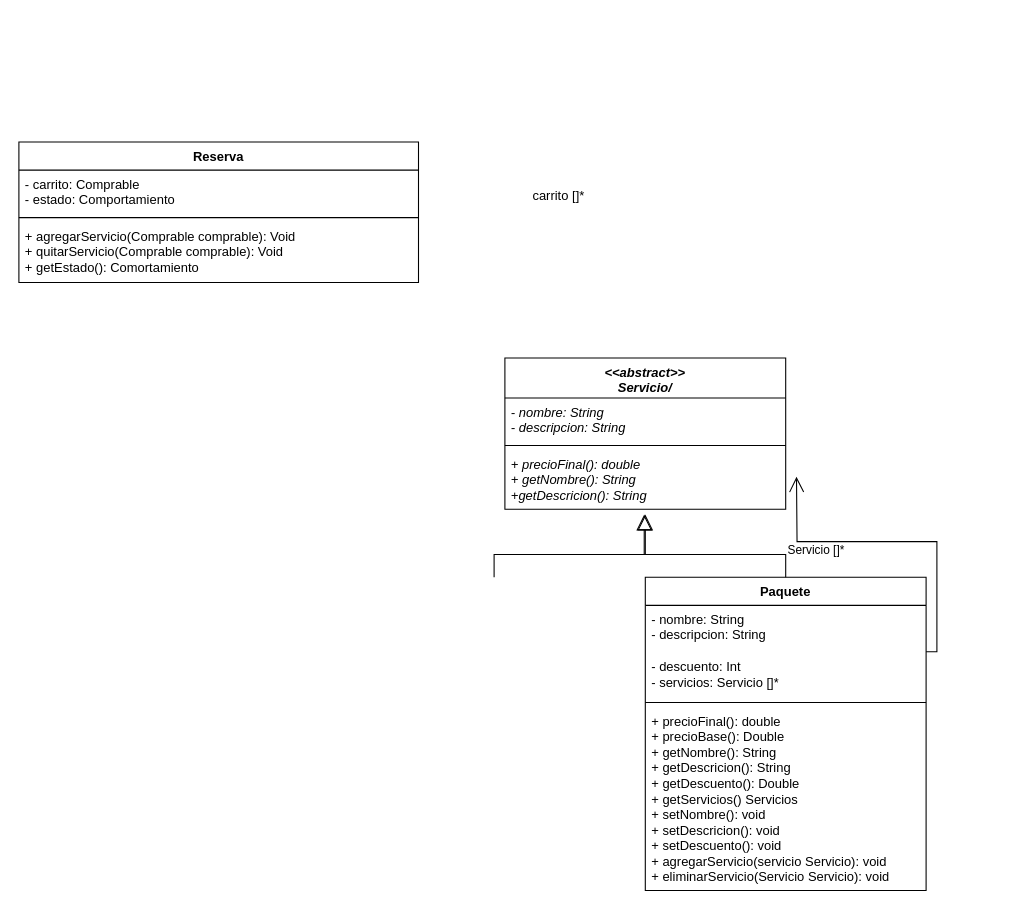
Earlier version of the draw.io diagram 2.1CatálogoDeServicioPaquetes.drawio (Naxayy/UNQ_Travel). Source tidied: cells renumbered, new cells numbered last; positions are measured from the earlier drawing's top-left corner, leaving out a move shared by most shapes. Both pictures are drawn from the tidied source at 108%, with x=0, y=0 at pixel (18, 141).
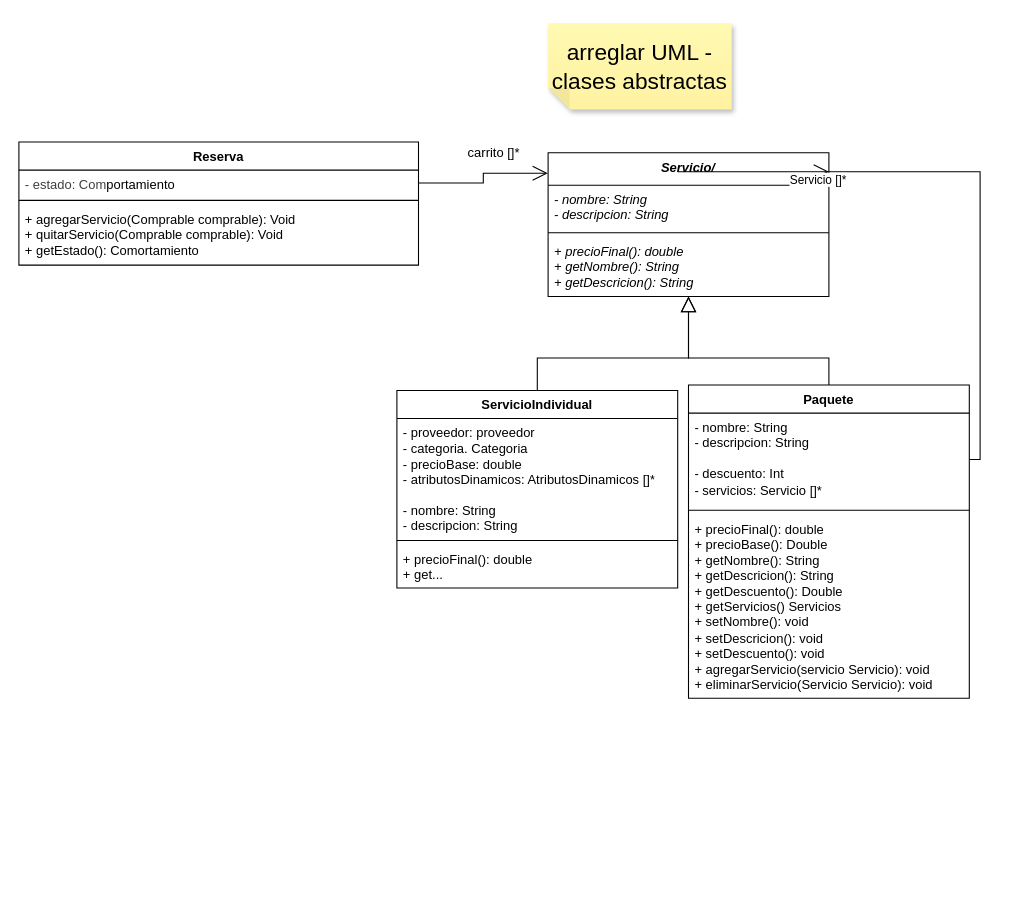
Above is the later version.

The change refers to these unchanged cells:
```xml
<mxCell id="12" value="&lt;div&gt;&lt;div&gt;&lt;span style=&quot;background-color: transparent; color: light-dark(#000000, var(--ge-light-color, #ffffff));&quot;&gt;- nombre: String&lt;/span&gt;&lt;/div&gt;&lt;div&gt;&lt;div&gt;- descripcion: String&lt;/div&gt;&lt;/div&gt;&lt;/div&gt;&lt;div&gt;&lt;br&gt;&lt;/div&gt;&lt;div&gt;- descuento: Int&lt;/div&gt;&lt;div&gt;&lt;span style=&quot;text-align: center; white-space: nowrap; background-color: rgb(255, 255, 255);&quot;&gt;&lt;font style=&quot;font-size: 12px;&quot;&gt;- servicios: Servicio []*&lt;/font&gt;&lt;/span&gt;&lt;/div&gt;" style="text;strokeColor=none;fillColor=none;align=left;verticalAlign=top;spacingLeft=4;spacingRight=4;overflow=hidden;points=[[0,0.5],[1,0.5]];portConstraint=eastwest;whiteSpace=wrap;html=1;" parent="11" vertex="1">
  <mxGeometry y="26" width="260" height="86" as="geometry" />
</mxCell>
```

The edit, as a diff of the source:
```diff
@@
     <mxCell id="2" value="Reserva" style="swimlane;fontStyle=1;align=center;verticalAlign=top;horizontal=1;startSize=26;whiteSpace=wrap;html=1;" parent="1" vertex="1">
-      <mxGeometry width="370" height="130" as="geometry" />
+      <mxGeometry width="370" height="114" as="geometry" />
     </mxCell>
-    <mxCell id="3" value="&lt;div style=&quot;&quot;&gt;&lt;span style=&quot;background-color: transparent; color: light-dark(#000000, var(--ge-light-color, #ffffff)); text-align: center;&quot;&gt;- carrito: Com&lt;/span&gt;&lt;span style=&quot;background-color: transparent; color: light-dark(#000000, var(--ge-light-color, #ffffff)); text-align: center;&quot;&gt;p&lt;/span&gt;&lt;span style=&quot;background-color: transparent; color: light-dark(#000000, var(--ge-light-color, #ffffff)); text-align: center;&quot;&gt;rable&lt;/span&gt;&lt;/div&gt;&lt;div style=&quot;&quot;&gt;- estado: Com&lt;span style=&quot;text-align: center; background-color: transparent; color: light-dark(#000000, var(--ge-light-color, #ffffff));&quot;&gt;portamiento&lt;/span&gt;&lt;/div&gt;&lt;div style=&quot;&quot;&gt;&lt;br&gt;&lt;/div&gt;" style="text;strokeColor=none;fillColor=none;align=left;verticalAlign=top;spacingLeft=4;spacingRight=4;overflow=hidden;points=[[0,0.5],[1,0.5]];portConstraint=eastwest;whiteSpace=wrap;html=1;" parent="2" vertex="1">
-      <mxGeometry y="26" width="370" height="40" as="geometry" />
+    <mxCell id="3" value="&lt;div style=&quot;&quot;&gt;&lt;span style=&quot;color: rgb(63, 63, 63); background-color: transparent;&quot;&gt;- estado: Com&lt;/span&gt;&lt;span style=&quot;background-color: transparent; text-align: center;&quot;&gt;portamiento&lt;/span&gt;&lt;/div&gt;" style="text;strokeColor=none;fillColor=none;align=left;verticalAlign=top;spacingLeft=4;spacingRight=4;overflow=hidden;points=[[0,0.5],[1,0.5]];portConstraint=eastwest;whiteSpace=wrap;html=1;" parent="2" vertex="1">
+      <mxGeometry y="26" width="370" height="24" as="geometry" />
     </mxCell>
     <mxCell id="4" style="line;strokeWidth=1;fillColor=none;align=left;verticalAlign=middle;spacingTop=-1;spacingLeft=3;spacingRight=3;labelPosition=right;strokeColor=inherit;" parent="2" vertex="1">
-      <mxGeometry y="66" width="370" height="8" as="geometry" />
+      <mxGeometry y="50" width="370" height="8" as="geometry" />
     </mxCell>
     <mxCell id="5" value="&lt;div&gt;+&amp;nbsp;&lt;span style=&quot;background-color: transparent; color: light-dark(#000000, var(--ge-light-color, #ffffff));&quot;&gt;agregarServicio(Comprable comprable): Void&lt;/span&gt;&lt;/div&gt;&lt;div&gt;+ quitarServicio(Comprable comprable): Void&lt;/div&gt;&lt;div&gt;+ getEstado(): Comortamiento&lt;/div&gt;" style="text;strokeColor=none;fillColor=none;align=left;verticalAlign=top;spacingLeft=4;spacingRight=4;overflow=hidden;whiteSpace=wrap;html=1;" parent="2" vertex="1">
-      <mxGeometry y="74" width="370" height="56" as="geometry" />
+      <mxGeometry y="58" width="370" height="56" as="geometry" />
     </mxCell>
     <mxCell id="6" value="carrito []*" style="text;html=1;whiteSpace=wrap;strokeColor=none;fillColor=none;align=center;verticalAlign=middle;rounded=0;" parent="1" vertex="1">
-      <mxGeometry x="430" y="30" width="140" height="40" as="geometry" />
+      <mxGeometry x="370" y="-10" width="140" height="40" as="geometry" />
     </mxCell>
-    <mxCell id="7" value="&lt;i&gt;&amp;lt;&amp;lt;&lt;span style=&quot;font-size: 12px;&quot;&gt;abstract&lt;/span&gt;&amp;gt;&amp;gt;&lt;br&gt;Servicio/&lt;/i&gt;" style="swimlane;fontStyle=1;align=center;verticalAlign=top;horizontal=1;startSize=37;whiteSpace=wrap;html=1;" parent="1" vertex="1">
-      <mxGeometry x="450" y="200" width="260" height="140" as="geometry" />
+    <mxCell id="7" value="&lt;i&gt;Servicio/&lt;/i&gt;" style="swimlane;fontStyle=1;align=center;verticalAlign=top;horizontal=1;startSize=30;whiteSpace=wrap;html=1;" parent="1" vertex="1">
+      <mxGeometry x="490" y="10" width="260" height="133" as="geometry" />
     </mxCell>
     <mxCell id="8" value="&lt;div&gt;&lt;i&gt;- nombre: String&lt;/i&gt;&lt;div&gt;&lt;i&gt;- descripcion: String&lt;/i&gt;&lt;/div&gt;&lt;/div&gt;" style="text;strokeColor=none;fillColor=none;align=left;verticalAlign=top;spacingLeft=4;spacingRight=4;overflow=hidden;whiteSpace=wrap;html=1;" parent="7" vertex="1">
-      <mxGeometry y="37" width="260" height="40" as="geometry" />
+      <mxGeometry y="30" width="260" height="40" as="geometry" />
     </mxCell>
     <mxCell id="9" style="line;strokeWidth=1;fillColor=none;align=left;verticalAlign=middle;spacingTop=-1;spacingLeft=3;spacingRight=3;labelPosition=right;strokeColor=inherit;" parent="7" vertex="1">
-      <mxGeometry y="77" width="260" height="8" as="geometry" />
+      <mxGeometry y="70" width="260" height="8" as="geometry" />
     </mxCell>
-    <mxCell id="10" value="&lt;div&gt;&lt;i style=&quot;background-color: transparent; color: light-dark(rgb(0, 0, 0), rgb(255, 255, 255));&quot;&gt;+ precioFinal(): double&lt;/i&gt;&lt;/div&gt;&lt;div&gt;&lt;i&gt;+ getNombre(): String&amp;nbsp;&lt;br&gt;+getDescricion(): String&lt;/i&gt;&lt;/div&gt;" style="text;strokeColor=none;fillColor=none;align=left;verticalAlign=top;spacingLeft=4;spacingRight=4;overflow=hidden;whiteSpace=wrap;html=1;" parent="7" vertex="1">
-      <mxGeometry y="85" width="260" height="55" as="geometry" />
+    <mxCell id="10" value="&lt;div&gt;&lt;i style=&quot;background-color: transparent; color: light-dark(rgb(0, 0, 0), rgb(255, 255, 255));&quot;&gt;+ precioFinal(): double&lt;/i&gt;&lt;/div&gt;&lt;div&gt;&lt;i&gt;+ getNombre(): String&amp;nbsp;&lt;br&gt;+ getDescricion(): String&lt;/i&gt;&lt;/div&gt;" style="text;strokeColor=none;fillColor=none;align=left;verticalAlign=top;spacingLeft=4;spacingRight=4;overflow=hidden;whiteSpace=wrap;html=1;" parent="7" vertex="1">
+      <mxGeometry y="78" width="260" height="55" as="geometry" />
     </mxCell>
     <mxCell id="11" value="Paquete" style="swimlane;fontStyle=1;align=center;verticalAlign=top;horizontal=1;startSize=26;whiteSpace=wrap;html=1;" parent="1" vertex="1">
-      <mxGeometry x="580" y="403" width="260" height="290" as="geometry" />
+      <mxGeometry x="620" y="225" width="260" height="290" as="geometry" />
     </mxCell>
@@
-    <mxCell id="15" style="endArrow=block;endFill=0;endSize=12;html=1;rounded=0;exitX=0.5;exitY=0;exitDx=0;exitDy=0;edgeStyle=orthogonalEdgeStyle;entryX=0.459;entryY=1.004;entryDx=0;entryDy=0;entryPerimeter=0;" parent="1" edge="1" source="11">
-      <mxGeometry x="-0.06" relative="1" as="geometry">
-        <mxPoint x="579" y="345" as="targetPoint" />
+    <mxCell id="15" style="endArrow=block;endFill=0;endSize=12;html=1;rounded=0;exitX=0.5;exitY=0;exitDx=0;exitDy=0;edgeStyle=orthogonalEdgeStyle;entryX=0.5;entryY=1;entryDx=0;entryDy=0;" parent="1" edge="1" source="11" target="7">
+      <mxGeometry x="-0.27" relative="1" as="geometry">
         <Array as="points">
-          <mxPoint x="710" y="382" />
-          <mxPoint x="579.3" y="382" />
+          <mxPoint x="750" y="200" />
+          <mxPoint x="620" y="200" />
         </Array>
       </mxGeometry>
     </mxCell>
-    <mxCell id="16" style="endArrow=open;endFill=1;endSize=12;html=1;rounded=0;exitX=1;exitY=0.5;exitDx=0;exitDy=0;entryX=1;entryY=0.75;entryDx=0;entryDy=0;edgeStyle=orthogonalEdgeStyle;" parent="1" edge="1" source="12">
-      <mxGeometry x="-0.05" relative="1" as="geometry">
-        <mxPoint x="720" y="310" as="targetPoint" />
-      </mxGeometry>
+    <mxCell id="16" style="endArrow=open;endFill=1;endSize=12;html=1;rounded=0;exitX=1;exitY=0.5;exitDx=0;exitDy=0;edgeStyle=orthogonalEdgeStyle;entryX=1;entryY=0.132;entryDx=0;entryDy=0;entryPerimeter=0;" parent="1" edge="1" source="12" target="7">
+      <mxGeometry x="0.26" relative="1" as="geometry" />
     </mxCell>
     <mxCell id="17" value="Servicio []*" style="edgeLabel;html=1;align=center;verticalAlign=middle;" parent="16" vertex="1">
       <mxGeometry x="0.07" y="-4" relative="1" as="geometry">
-        <mxPoint x="-64" y="11" as="offset" />
+        <mxPoint x="-54" y="11" as="offset" />
       </mxGeometry>
     </mxCell>
-    <mxCell id="18" style="endArrow=block;endFill=0;endSize=12;html=1;rounded=0;exitX=0.5;exitY=0;exitDx=0;exitDy=0;edgeStyle=orthogonalEdgeStyle;entryX=0.462;entryY=1.006;entryDx=0;entryDy=0;entryPerimeter=0;" parent="1" edge="1">
-      <mxGeometry x="-0.13" relative="1" as="geometry">
-        <mxPoint x="440" y="403" as="sourcePoint" />
-        <mxPoint x="580" y="345" as="targetPoint" />
+    <mxCell id="18" style="endArrow=block;endFill=0;endSize=12;html=1;rounded=0;exitX=0.5;exitY=0;exitDx=0;exitDy=0;edgeStyle=orthogonalEdgeStyle;entryX=0.5;entryY=1;entryDx=0;entryDy=0;" parent="1" edge="1" source="20" target="7">
+      <mxGeometry x="-0.28" relative="1" as="geometry">
         <Array as="points">
-          <mxPoint x="440" y="382" />
-          <mxPoint x="580.1" y="382" />
+          <mxPoint x="480" y="200" />
+          <mxPoint x="620" y="200" />
         </Array>
       </mxGeometry>
     </mxCell>
+    <mxCell id="19" style="endArrow=open;endFill=1;endSize=12;html=1;rounded=0;exitX=1;exitY=0.5;exitDx=0;exitDy=0;edgeStyle=orthogonalEdgeStyle;entryX=-0.001;entryY=0.142;entryDx=0;entryDy=0;entryPerimeter=0;" parent="1" edge="1" source="3" target="7">
+      <mxGeometry x="-0.36" relative="1" as="geometry" />
+    </mxCell>
+    <mxCell id="20" value="ServicioIndividual" style="swimlane;fontStyle=1;align=center;verticalAlign=top;horizontal=1;startSize=26;whiteSpace=wrap;html=1;" parent="1" vertex="1">
+      <mxGeometry x="350" y="230" width="260" height="183" as="geometry" />
+    </mxCell>
+    <mxCell id="21" value="&lt;span style=&quot;background-color: transparent; color: light-dark(rgb(0, 0, 0), rgb(255, 255, 255));&quot;&gt;-&amp;nbsp;proveedor:&amp;nbsp;proveedor&lt;/span&gt;&lt;div&gt;- categoria. Categoria&lt;/div&gt;&lt;div&gt;&lt;span style=&quot;background-color: transparent; color: light-dark(rgb(0, 0, 0), rgb(255, 255, 255));&quot;&gt;- precioBase: double&lt;/span&gt;&lt;/div&gt;&lt;div&gt;- atributosDinamicos: AtributosDinamicos []*&lt;span style=&quot;background-color: transparent; color: light-dark(rgb(0, 0, 0), rgb(255, 255, 255));&quot;&gt;&lt;/span&gt;&lt;/div&gt;&lt;div&gt;&lt;br&gt;&lt;/div&gt;&lt;div&gt;- nombre: String&lt;div&gt;- descripcion: String&lt;/div&gt;&lt;/div&gt;" style="text;strokeColor=none;fillColor=none;align=left;verticalAlign=top;spacingLeft=4;spacingRight=4;overflow=hidden;whiteSpace=wrap;html=1;" parent="20" vertex="1">
+      <mxGeometry y="26" width="260" height="109" as="geometry" />
+    </mxCell>
+    <mxCell id="22" style="line;strokeWidth=1;fillColor=none;align=left;verticalAlign=middle;spacingTop=-1;spacingLeft=3;spacingRight=3;labelPosition=right;strokeColor=inherit;" parent="20" vertex="1">
+      <mxGeometry y="135" width="260" height="8" as="geometry" />
+    </mxCell>
+    <mxCell id="23" value="&lt;div&gt;&lt;span style=&quot;background-color: transparent; color: light-dark(rgb(0, 0, 0), rgb(255, 255, 255));&quot;&gt;+ precioFinal(): double&lt;/span&gt;&lt;/div&gt;&lt;div&gt;+ get...&lt;/div&gt;" style="text;strokeColor=none;fillColor=none;align=left;verticalAlign=top;spacingLeft=4;spacingRight=4;overflow=hidden;whiteSpace=wrap;html=1;" parent="20" vertex="1">
+      <mxGeometry y="143" width="260" height="40" as="geometry" />
+    </mxCell>
+    <mxCell id="24" value="arreglar UML - clases abstractas" style="shape=note;whiteSpace=wrap;html=1;backgroundOutline=1;autosizeText=1;fontColor=#000000;darkOpacity=0.05;fillColor=#FFF9B2;strokeColor=none;fillStyle=solid;fontSize=21;direction=west;gradientDirection=north;gradientColor=#FFF2A1;shadow=1;size=20;" parent="1" vertex="1">
+      <mxGeometry x="490" y="-110" width="170" height="80" as="geometry" />
+    </mxCell>
```
